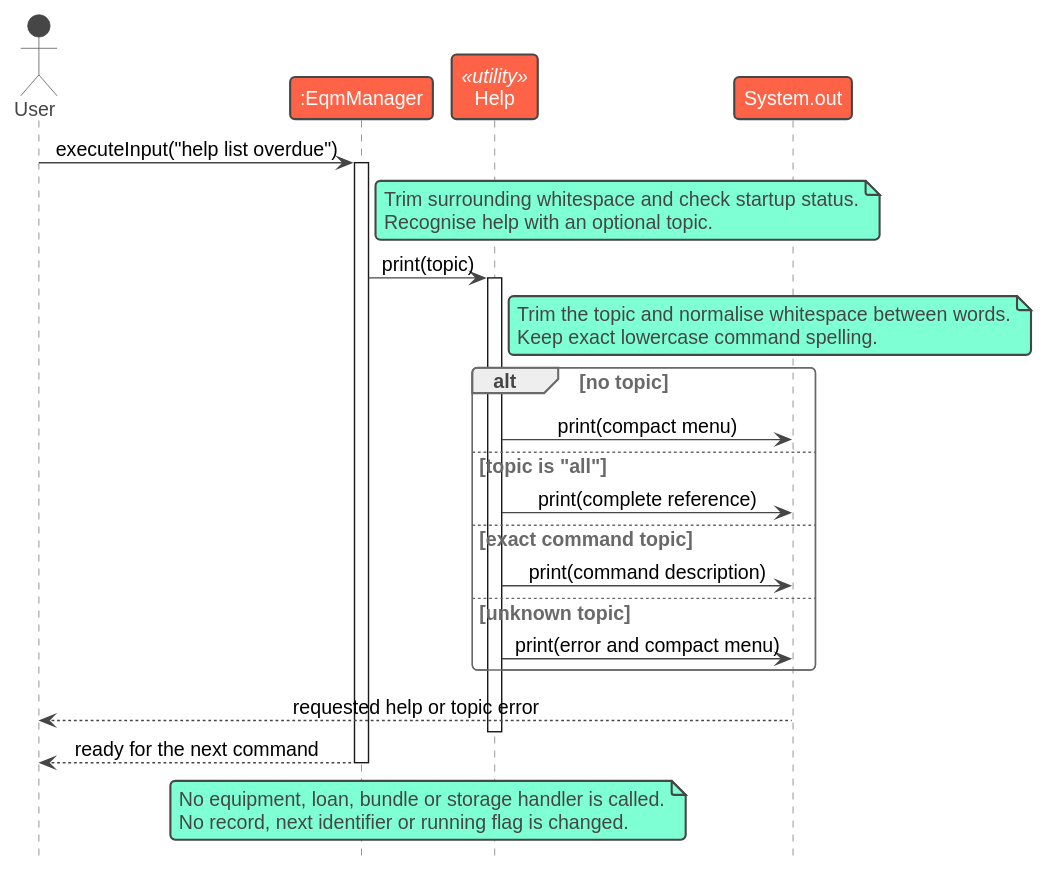
AY2627S1-CS2113-W13-1/tp keeps this PlantUML diagram as docs/images/HelpSequence.svg. Above is the earlier version.
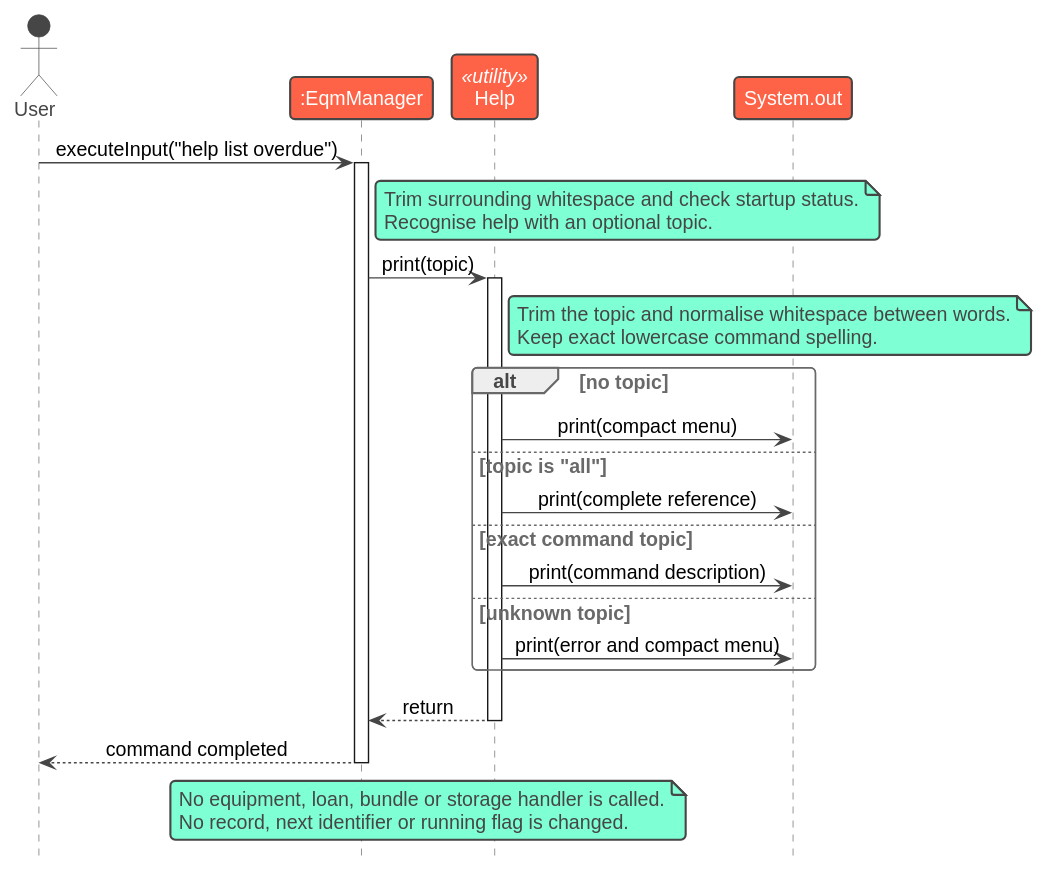
The same diagram one commit later.

What changed in the source:
```diff
@@ -30,9 +30,9 @@
 else unknown topic
 Help -> Output: print(error and compact menu)
 end
-Output --> User: requested help or topic error
+Help --> Manager: return
 deactivate Help
-Manager --> User: ready for the next command
+Manager --> User: command completed
 deactivate Manager
 note over Manager, Help
 No equipment, loan, bundle or storage handler is called.
```
